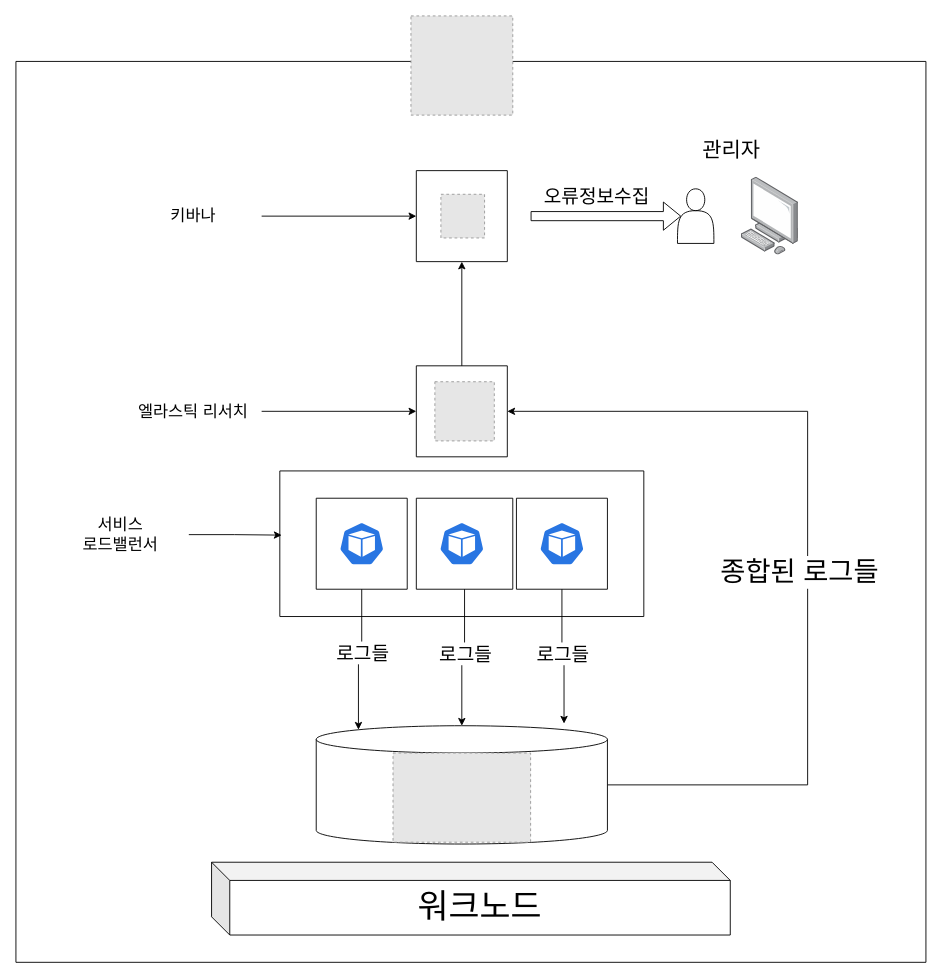
minjunkim5876/project_eggs keeps this draw.io diagram as 제목 없는 다이어그램.drawio. Above is the earlier version. Source tidied: cells renumbered, new cells numbered last; positions are measured from the earlier drawing's top-left corner, leaving out a move shared by most shapes. Both pictures are drawn from the tidied source at 91%, with x=0, y=0 at pixel (15, 15). Pictures stored in the file or linked from it are replaced by grey dashed boxes.
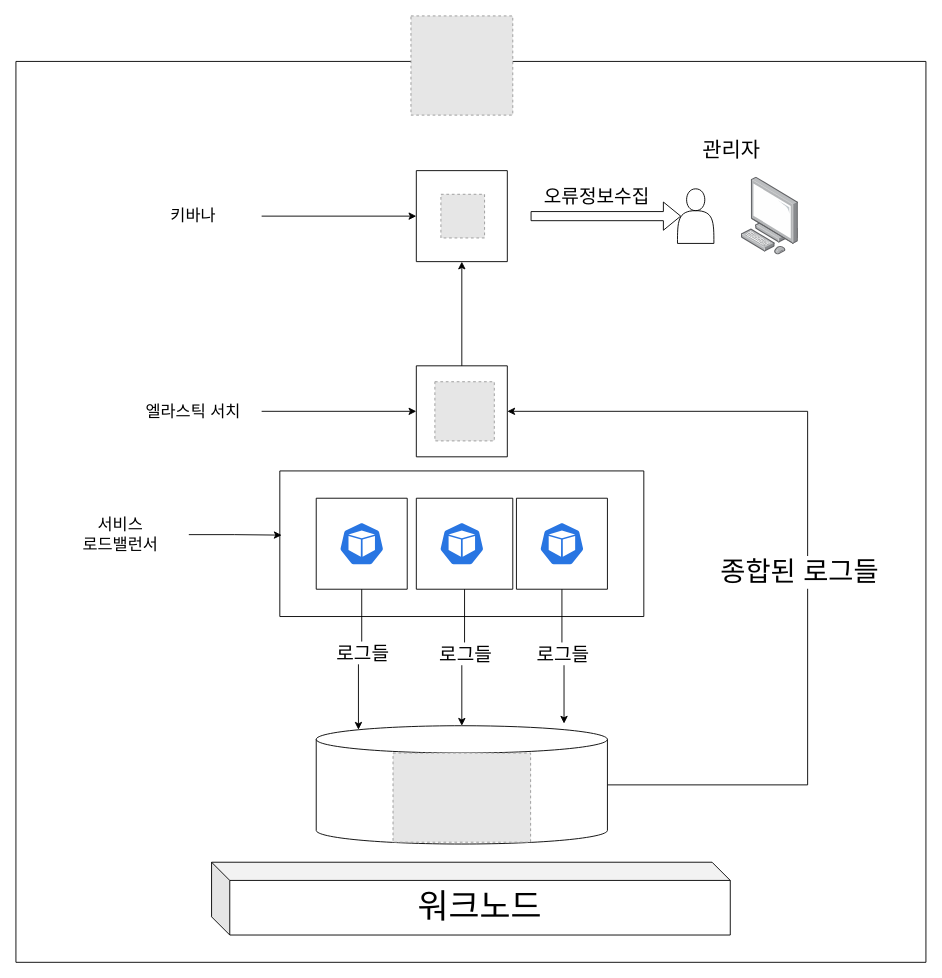
The same page after the edit.

Commit message:
제목 없는 다이어그램.drawio 업데이트

The change refers to these unchanged cells:
```xml
<mxCell id="2" style="swimlane;startSize=0;" parent="1" vertex="1">
  <mxGeometry y="50" width="1000" height="990" as="geometry" />
</mxCell>
```

The edit, as a diff of the source:
```diff
@@
-    <mxCell id="26" value="&lt;span style=&quot;font-size: 18px;&quot;&gt;엘라스틱 리서치&lt;/span&gt;" style="text;html=1;strokeColor=none;fillColor=none;align=center;verticalAlign=middle;whiteSpace=wrap;rounded=0;" parent="2" vertex="1">
+    <mxCell id="26" value="&lt;span style=&quot;font-size: 18px;&quot;&gt;엘라스틱 서치&lt;/span&gt;" style="text;html=1;strokeColor=none;fillColor=none;align=center;verticalAlign=middle;whiteSpace=wrap;rounded=0;" parent="2" vertex="1">
       <mxGeometry x="120" y="354.5" width="150" height="60" as="geometry" />
     </mxCell>
```
